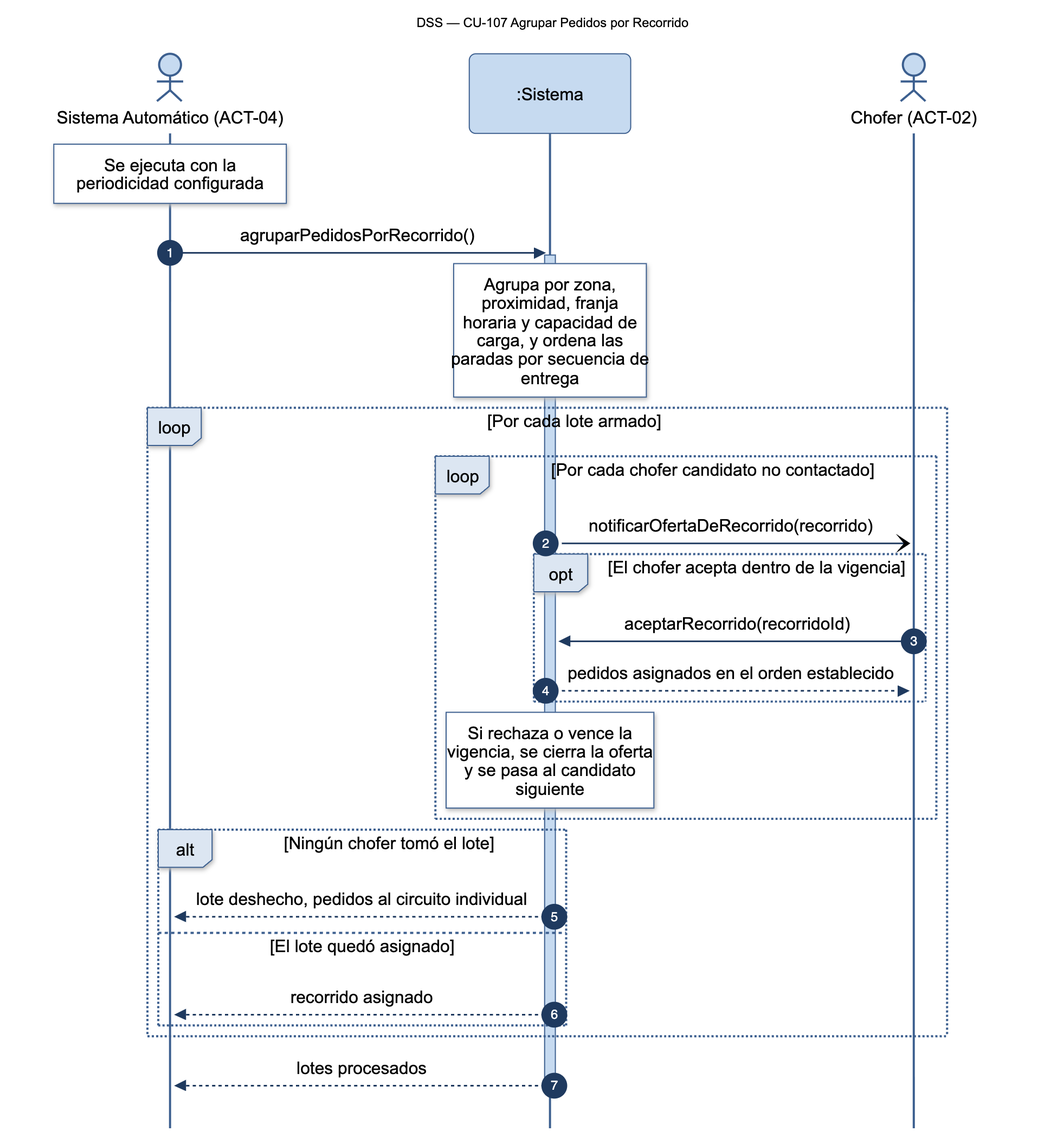
Above: diagramas/png/DSS_CU-107_Agrupar-Pedidos-Por-Recorrido.png in Nahuelito-Dev/splg-docs (Mermaid), before the change. Its source is kept beside it as diagramas/DSS_CU-107_Agrupar-Pedidos-Por-Recorrido.mmd.
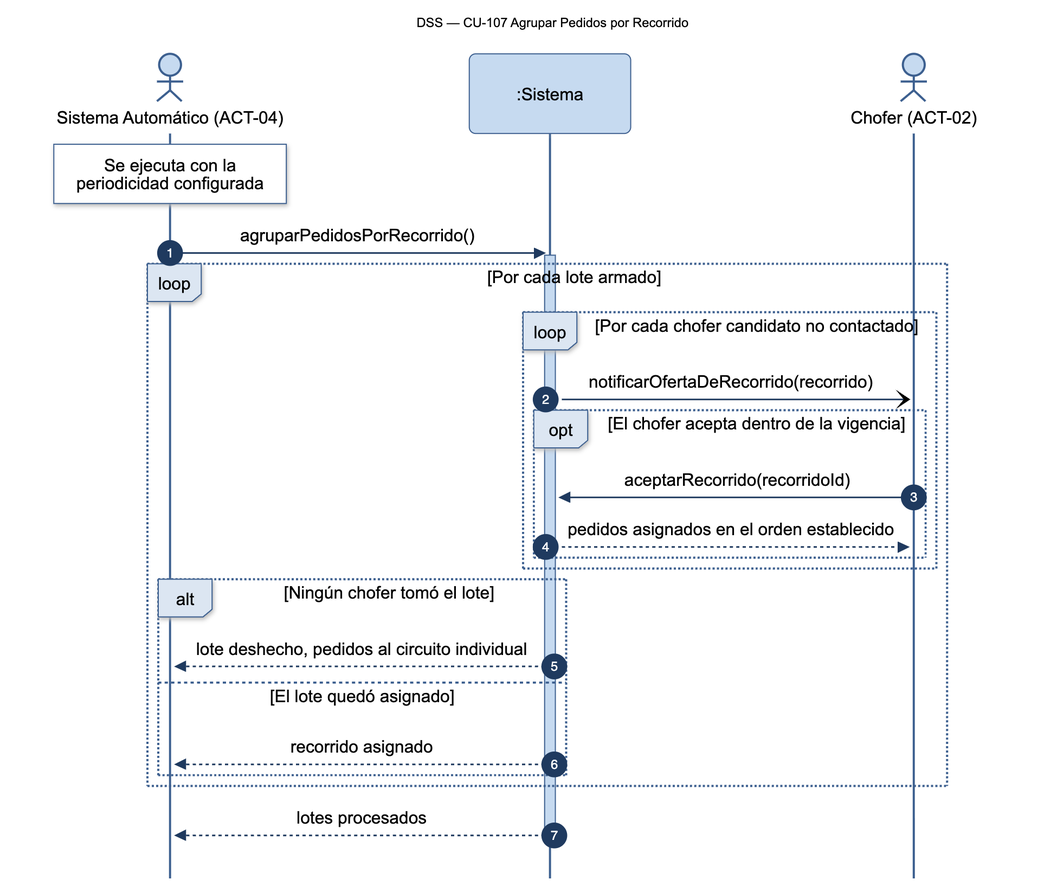
Above is the later version.

The edit, as a diff of the source:
```diff
@@ -8,7 +8,6 @@
     Note over SAU: Se ejecuta con la<br/>periodicidad configurada
     SAU->>SIS: agruparPedidosPorRecorrido()
     activate SIS
-    Note over SIS: Agrupa por zona,<br/>proximidad, franja<br/>horaria y capacidad de<br/>carga, y ordena las<br/>paradas por secuencia de<br/>entrega
 
     loop Por cada lote armado
         loop Por cada chofer candidato no contactado
@@ -17,7 +16,6 @@
                 CHO->>SIS: aceptarRecorrido(recorridoId)
                 SIS-->>CHO: pedidos asignados en el orden establecido
             end
-            Note over SIS: Si rechaza o vence la<br/>vigencia, se cierra la oferta<br/>y se pasa al candidato<br/>siguiente
         end
 
         alt Ningún chofer tomó el lote
```
